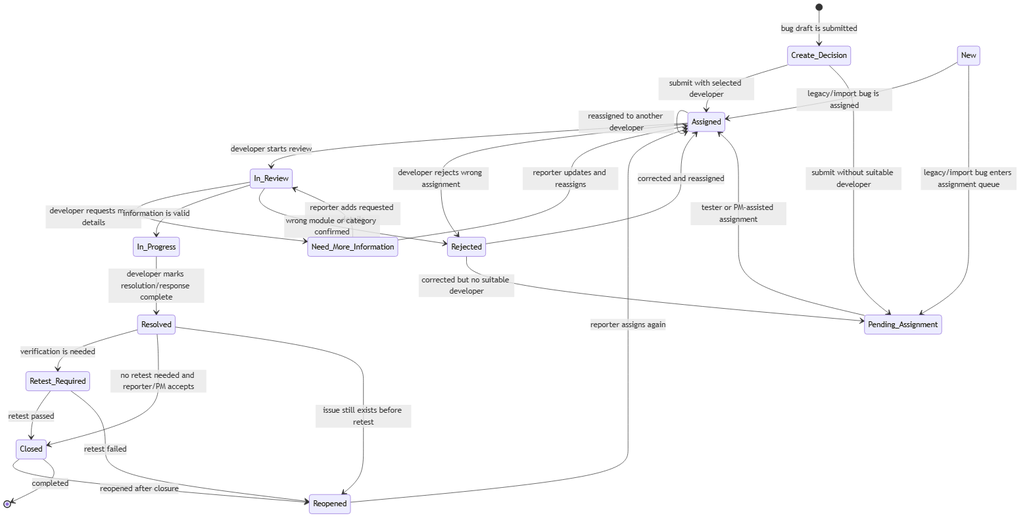
DarwinDO/IDTS-SAP01 keeps this Mermaid diagram as docs/diagrams/rendered/png/08-status-lifecycle.png. Above is the earlier version. Its source is kept beside it as docs/diagrams/rendered/source/08-status-lifecycle.mmd. The source it was exported from:
```mermaid
stateDiagram-v2
    [*] --> Create_Decision: bug draft is submitted

    Create_Decision --> Assigned: submit with selected developer
    Create_Decision --> Pending_Assignment: submit without suitable developer
    New --> Assigned: legacy/import bug is assigned
    New --> Pending_Assignment: legacy/import bug enters assignment queue

    Pending_Assignment --> Assigned: tester or PM-assisted assignment

    Assigned --> In_Review: developer starts review
    Assigned --> Rejected: developer rejects wrong assignment
    Assigned --> Assigned: reassigned to another developer

    In_Review --> Need_More_Information: developer requests more details
    Need_More_Information --> In_Review: reporter adds requested details
    Need_More_Information --> Assigned: reporter updates and reassigns

    In_Review --> In_Progress: information is valid
    In_Review --> Rejected: wrong module or category confirmed

    In_Progress --> Resolved: developer marks resolution/response complete

    Resolved --> Retest_Required: verification is needed
    Resolved --> Closed: no retest needed and reporter/PM accepts
    Retest_Required --> Closed: retest passed
    Retest_Required --> Reopened: retest failed
    Resolved --> Reopened: issue still exists before retest
    Closed --> Reopened: reopened after closure

    Reopened --> Assigned: reporter assigns again
    Rejected --> Assigned: corrected and reassigned
    Rejected --> Pending_Assignment: corrected but no suitable developer

    Closed --> [*]: completed
```
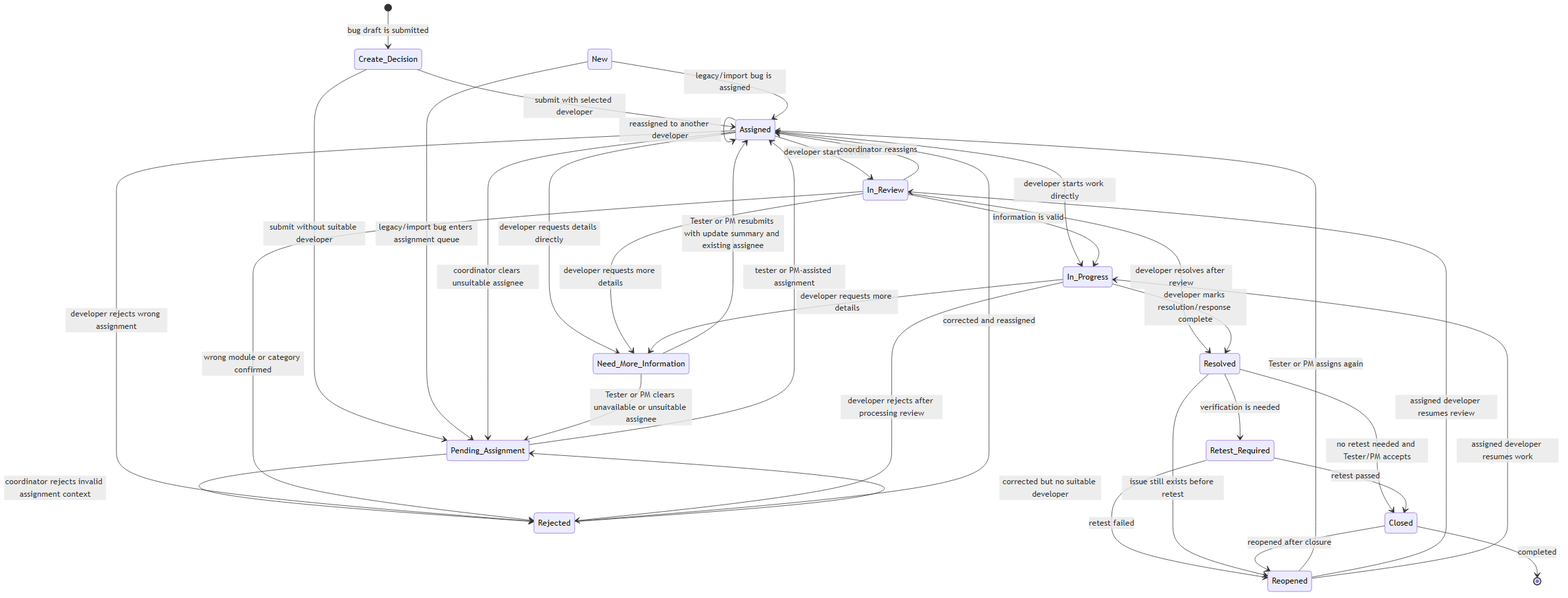
After the change.

Diff of the diagram source:
```diff
@@ -7,28 +7,38 @@
     New --> Pending_Assignment: legacy/import bug enters assignment queue
 
     Pending_Assignment --> Assigned: tester or PM-assisted assignment
+    Pending_Assignment --> Rejected: coordinator rejects invalid assignment context
 
     Assigned --> In_Review: developer starts review
+    Assigned --> Need_More_Information: developer requests details directly
+    Assigned --> In_Progress: developer starts work directly
+    Assigned --> Pending_Assignment: coordinator clears unsuitable assignee
     Assigned --> Rejected: developer rejects wrong assignment
     Assigned --> Assigned: reassigned to another developer
 
     In_Review --> Need_More_Information: developer requests more details
-    Need_More_Information --> In_Review: reporter adds requested details
-    Need_More_Information --> Assigned: reporter updates and reassigns
+    Need_More_Information --> Assigned: Tester or PM resubmits with update summary and existing assignee
+    Need_More_Information --> Pending_Assignment: Tester or PM clears unavailable or unsuitable assignee
 
+    In_Review --> Assigned: coordinator reassigns
     In_Review --> In_Progress: information is valid
+    In_Review --> Resolved: developer resolves after review
     In_Review --> Rejected: wrong module or category confirmed
 
+    In_Progress --> Need_More_Information: developer requests more details
     In_Progress --> Resolved: developer marks resolution/response complete
+    In_Progress --> Rejected: developer rejects after processing review
 
     Resolved --> Retest_Required: verification is needed
-    Resolved --> Closed: no retest needed and reporter/PM accepts
+    Resolved --> Closed: no retest needed and Tester/PM accepts
     Retest_Required --> Closed: retest passed
     Retest_Required --> Reopened: retest failed
     Resolved --> Reopened: issue still exists before retest
     Closed --> Reopened: reopened after closure
 
-    Reopened --> Assigned: reporter assigns again
+    Reopened --> Assigned: Tester or PM assigns again
+    Reopened --> In_Review: assigned developer resumes review
+    Reopened --> In_Progress: assigned developer resumes work
     Rejected --> Assigned: corrected and reassigned
     Rejected --> Pending_Assignment: corrected but no suitable developer
 
```
